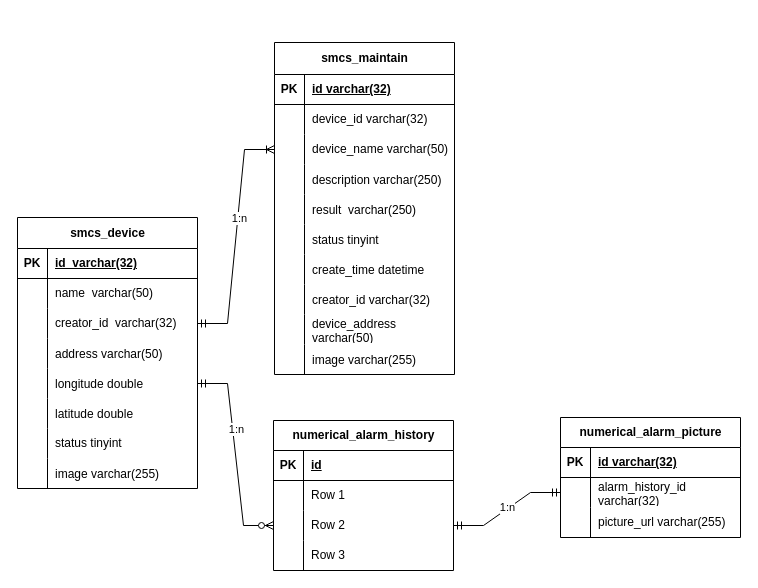
viking-wj/software keeps this draw.io diagram as page "数据库e-r图" (3 of 3) of 模块.drawio. Above is the earlier version. Source tidied: cells renumbered, new cells numbered last; positions are measured from the earlier drawing's top-left corner, leaving out a move shared by most shapes. Both pictures are drawn from the tidied source at 100%, with x=0, y=0 at pixel (17, 42).
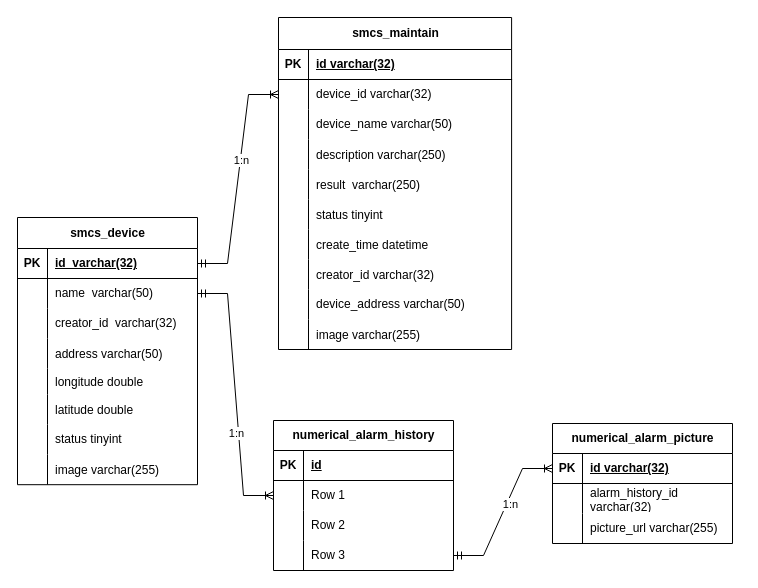
The same diagram, later.

The change refers to these unchanged cells:
```xml
<mxCell id="3" style="shape=tableRow;horizontal=0;startSize=0;swimlaneHead=0;swimlaneBody=0;fillColor=none;points=[[0,0.5],[1,0.5]];portConstraint=eastwest;top=0;left=0;right=0;bottom=1;" parent="2" vertex="1">
  <mxGeometry y="31" width="180" height="30" as="geometry" />
</mxCell>
<mxCell id="6" style="shape=tableRow;horizontal=0;startSize=0;swimlaneHead=0;swimlaneBody=0;fillColor=none;points=[[0,0.5],[1,0.5]];portConstraint=eastwest;top=0;left=0;right=0;bottom=0;" parent="2" vertex="1">
  <mxGeometry y="61" width="180" height="30" as="geometry" />
</mxCell>
<mxCell id="9" style="shape=tableRow;horizontal=0;startSize=0;swimlaneHead=0;swimlaneBody=0;fillColor=none;points=[[0,0.5],[1,0.5]];portConstraint=eastwest;top=0;left=0;right=0;bottom=0;" parent="2" vertex="1">
  <mxGeometry y="91" width="180" height="30" as="geometry" />
</mxCell>
<mxCell id="61" style="shape=tableRow;horizontal=0;startSize=0;swimlaneHead=0;swimlaneBody=0;fillColor=none;points=[[0,0.5],[1,0.5]];portConstraint=eastwest;top=0;left=0;right=0;bottom=1;" parent="60" vertex="1">
  <mxGeometry y="30" width="180" height="30" as="geometry" />
</mxCell>
<mxCell id="64" style="shape=tableRow;horizontal=0;startSize=0;swimlaneHead=0;swimlaneBody=0;fillColor=none;points=[[0,0.5],[1,0.5]];portConstraint=eastwest;top=0;left=0;right=0;bottom=0;" parent="60" vertex="1">
  <mxGeometry y="60" width="180" height="30" as="geometry" />
</mxCell>
<mxCell id="74" style="shape=tableRow;horizontal=0;startSize=0;swimlaneHead=0;swimlaneBody=0;fillColor=none;points=[[0,0.5],[1,0.5]];portConstraint=eastwest;top=0;left=0;right=0;bottom=0;" parent="70" vertex="1">
  <mxGeometry y="60" width="180" height="30" as="geometry" />
</mxCell>
<mxCell id="77" style="shape=tableRow;horizontal=0;startSize=0;swimlaneHead=0;swimlaneBody=0;fillColor=none;points=[[0,0.5],[1,0.5]];portConstraint=eastwest;top=0;left=0;right=0;bottom=0;" parent="70" vertex="1">
  <mxGeometry y="90" width="180" height="30" as="geometry" />
</mxCell>
<mxCell id="80" style="shape=tableRow;horizontal=0;startSize=0;swimlaneHead=0;swimlaneBody=0;fillColor=none;points=[[0,0.5],[1,0.5]];portConstraint=eastwest;top=0;left=0;right=0;bottom=0;" parent="70" vertex="1">
  <mxGeometry y="120" width="180" height="30" as="geometry" />
</mxCell>
```

What changed in the source:
```diff
@@
     <mxCell id="2" value="smcs_device" style="shape=table;startSize=31;childLayout=tableLayout;rowLines=0;fontStyle=1;align=center;html=1;" parent="1" vertex="1">
-      <mxGeometry y="175" width="180" height="271" as="geometry" />
+      <mxGeometry y="175" width="180" height="267.2" as="geometry" />
     </mxCell>
@@
     <mxCell id="15" style="shape=tableRow;horizontal=0;startSize=0;swimlaneHead=0;swimlaneBody=0;fillColor=none;points=[[0,0.5],[1,0.5]];portConstraint=eastwest;top=0;left=0;right=0;bottom=0;" parent="2" vertex="1">
-      <mxGeometry y="151" width="180" height="30" as="geometry" />
+      <mxGeometry y="151" width="180" height="26" as="geometry" />
     </mxCell>
     <mxCell id="16" style="shape=partialRectangle;fillColor=none;top=0;left=0;bottom=0;right=0;overflow=hidden;" parent="15" vertex="1">
-      <mxGeometry width="30" height="30" as="geometry" />
+      <mxGeometry width="30" height="26" as="geometry" />
     </mxCell>
     <mxCell id="17" value="longitude double" style="shape=partialRectangle;fillColor=none;top=0;left=0;bottom=0;right=0;align=left;spacingLeft=6;overflow=hidden;" parent="15" vertex="1">
-      <mxGeometry x="30" width="150" height="30" as="geometry" />
+      <mxGeometry x="30" width="150" height="26" as="geometry" />
     </mxCell>
     <mxCell id="18" style="shape=tableRow;horizontal=0;startSize=0;swimlaneHead=0;swimlaneBody=0;fillColor=none;top=0;left=0;right=0;bottom=0;" parent="2" vertex="1">
-      <mxGeometry y="181" width="180" height="30" as="geometry" />
+      <mxGeometry y="177" width="180" height="30" as="geometry" />
     </mxCell>
@@
     <mxCell id="21" style="shape=tableRow;horizontal=0;startSize=0;swimlaneHead=0;swimlaneBody=0;fillColor=none;top=0;left=0;right=0;bottom=0;" parent="2" vertex="1">
-      <mxGeometry y="211" width="180" height="30" as="geometry" />
+      <mxGeometry y="207" width="180" height="30" as="geometry" />
     </mxCell>
@@
     <mxCell id="24" style="shape=tableRow;horizontal=0;startSize=0;swimlaneHead=0;swimlaneBody=0;fillColor=none;top=0;left=0;right=0;bottom=0;" parent="2" vertex="1">
-      <mxGeometry y="241" width="180" height="30" as="geometry" />
+      <mxGeometry y="237" width="180" height="30" as="geometry" />
     </mxCell>
@@
     <mxCell id="27" value="smcs_maintain" style="shape=table;startSize=32;childLayout=tableLayout;rowLines=0;fontStyle=1;align=center;html=1;" parent="1" vertex="1">
-      <mxGeometry x="257" width="180" height="332" as="geometry" />
+      <mxGeometry x="261" y="-25" width="233.1" height="332" as="geometry" />
     </mxCell>
     <mxCell id="28" style="shape=tableRow;horizontal=0;startSize=0;swimlaneHead=0;swimlaneBody=0;fillColor=none;top=0;left=0;right=0;bottom=1;" parent="27" vertex="1">
-      <mxGeometry y="32" width="180" height="30" as="geometry" />
+      <mxGeometry y="32" width="233.1" height="30" as="geometry" />
     </mxCell>
@@
     <mxCell id="30" value="id varchar(32)" style="shape=partialRectangle;fillColor=none;top=0;left=0;bottom=0;right=0;align=left;spacingLeft=6;fontStyle=5;overflow=hidden;whiteSpace=wrap;html=1;" parent="28" vertex="1">
-      <mxGeometry x="30" width="150" height="30" as="geometry" />
+      <mxGeometry x="30" width="203.1" height="30" as="geometry" />
     </mxCell>
     <mxCell id="31" style="shape=tableRow;horizontal=0;startSize=0;swimlaneHead=0;swimlaneBody=0;fillColor=none;points=[[0,0.5],[1,0.5]];portConstraint=eastwest;top=0;left=0;right=0;bottom=0;" parent="27" vertex="1">
-      <mxGeometry y="62" width="180" height="30" as="geometry" />
+      <mxGeometry y="62" width="233.1" height="30" as="geometry" />
     </mxCell>
@@
     <mxCell id="33" value="device_id varchar(32)" style="shape=partialRectangle;fillColor=none;top=0;left=0;bottom=0;right=0;align=left;spacingLeft=6;overflow=hidden;whiteSpace=wrap;html=1;" parent="31" vertex="1">
-      <mxGeometry x="30" width="150" height="30" as="geometry" />
+      <mxGeometry x="30" width="203.1" height="30" as="geometry" />
     </mxCell>
     <mxCell id="34" style="shape=tableRow;horizontal=0;startSize=0;swimlaneHead=0;swimlaneBody=0;fillColor=none;points=[[0,0.5],[1,0.5]];portConstraint=eastwest;top=0;left=0;right=0;bottom=0;" parent="27" vertex="1">
-      <mxGeometry y="92" width="180" height="30" as="geometry" />
+      <mxGeometry y="92" width="233.1" height="30" as="geometry" />
     </mxCell>
@@
     <mxCell id="36" value="device_name varchar(50)" style="shape=partialRectangle;fillColor=none;top=0;left=0;bottom=0;right=0;align=left;spacingLeft=6;overflow=hidden;whiteSpace=wrap;html=1;" parent="34" vertex="1">
-      <mxGeometry x="30" width="150" height="30" as="geometry" />
+      <mxGeometry x="30" width="203.1" height="30" as="geometry" />
     </mxCell>
     <mxCell id="37" style="shape=tableRow;horizontal=0;startSize=0;swimlaneHead=0;swimlaneBody=0;fillColor=none;top=0;left=0;right=0;bottom=0;" parent="27" vertex="1">
-      <mxGeometry y="122" width="180" height="30" as="geometry" />
+      <mxGeometry y="122" width="233.1" height="30" as="geometry" />
     </mxCell>
@@
     <mxCell id="39" value="description varchar(250)" style="shape=partialRectangle;fillColor=none;top=0;left=0;bottom=0;right=0;align=left;spacingLeft=6;overflow=hidden;" parent="37" vertex="1">
-      <mxGeometry x="30" width="150" height="30" as="geometry" />
+      <mxGeometry x="30" width="203.1" height="30" as="geometry" />
     </mxCell>
     <mxCell id="40" style="shape=tableRow;horizontal=0;startSize=0;swimlaneHead=0;swimlaneBody=0;fillColor=none;top=0;left=0;right=0;bottom=0;" parent="27" vertex="1">
-      <mxGeometry y="152" width="180" height="30" as="geometry" />
+      <mxGeometry y="152" width="233.1" height="30" as="geometry" />
     </mxCell>
@@
     <mxCell id="42" value="result  varchar(250)" style="shape=partialRectangle;fillColor=none;top=0;left=0;bottom=0;right=0;align=left;spacingLeft=6;overflow=hidden;" parent="40" vertex="1">
-      <mxGeometry x="30" width="150" height="30" as="geometry" />
+      <mxGeometry x="30" width="203.1" height="30" as="geometry" />
     </mxCell>
     <mxCell id="43" style="shape=tableRow;horizontal=0;startSize=0;swimlaneHead=0;swimlaneBody=0;fillColor=none;top=0;left=0;right=0;bottom=0;" parent="27" vertex="1">
-      <mxGeometry y="182" width="180" height="30" as="geometry" />
+      <mxGeometry y="182" width="233.1" height="30" as="geometry" />
     </mxCell>
@@
     <mxCell id="45" value="status tinyint " style="shape=partialRectangle;fillColor=none;top=0;left=0;bottom=0;right=0;align=left;spacingLeft=6;overflow=hidden;" parent="43" vertex="1">
-      <mxGeometry x="30" width="150" height="30" as="geometry" />
+      <mxGeometry x="30" width="203.1" height="30" as="geometry" />
     </mxCell>
     <mxCell id="46" style="shape=tableRow;horizontal=0;startSize=0;swimlaneHead=0;swimlaneBody=0;fillColor=none;top=0;left=0;right=0;bottom=0;" parent="27" vertex="1">
-      <mxGeometry y="212" width="180" height="30" as="geometry" />
+      <mxGeometry y="212" width="233.1" height="30" as="geometry" />
     </mxCell>
@@
     <mxCell id="48" value="create_time datetime" style="shape=partialRectangle;fillColor=none;top=0;left=0;bottom=0;right=0;align=left;spacingLeft=6;overflow=hidden;" parent="46" vertex="1">
-      <mxGeometry x="30" width="150" height="30" as="geometry" />
+      <mxGeometry x="30" width="203.1" height="30" as="geometry" />
     </mxCell>
     <mxCell id="49" style="shape=tableRow;horizontal=0;startSize=0;swimlaneHead=0;swimlaneBody=0;fillColor=none;top=0;left=0;right=0;bottom=0;" parent="27" vertex="1">
-      <mxGeometry y="242" width="180" height="30" as="geometry" />
+      <mxGeometry y="242" width="233.1" height="30" as="geometry" />
     </mxCell>
@@
     <mxCell id="51" value="creator_id varchar(32)" style="shape=partialRectangle;fillColor=none;top=0;left=0;bottom=0;right=0;align=left;spacingLeft=6;overflow=hidden;" parent="49" vertex="1">
-      <mxGeometry x="30" width="150" height="30" as="geometry" />
+      <mxGeometry x="30" width="203.1" height="30" as="geometry" />
     </mxCell>
     <mxCell id="52" style="shape=tableRow;horizontal=0;startSize=0;swimlaneHead=0;swimlaneBody=0;fillColor=none;top=0;left=0;right=0;bottom=0;" parent="27" vertex="1">
-      <mxGeometry y="272" width="180" height="30" as="geometry" />
+      <mxGeometry y="272" width="233.1" height="30" as="geometry" />
     </mxCell>
@@
     <mxCell id="54" value="device_address varchar(50)" style="shape=partialRectangle;fillColor=none;top=0;left=0;bottom=0;right=0;align=left;spacingLeft=6;overflow=hidden;whiteSpace=wrap;html=1;" parent="52" vertex="1">
-      <mxGeometry x="30" width="150" height="30" as="geometry" />
+      <mxGeometry x="30" width="203.1" height="30" as="geometry" />
     </mxCell>
     <mxCell id="55" style="shape=tableRow;horizontal=0;startSize=0;swimlaneHead=0;swimlaneBody=0;fillColor=none;top=0;left=0;right=0;bottom=0;" parent="27" vertex="1">
-      <mxGeometry y="302" width="180" height="30" as="geometry" />
+      <mxGeometry y="302" width="233.1" height="30" as="geometry" />
     </mxCell>
@@
     <mxCell id="57" value="image varchar(255)" style="shape=partialRectangle;fillColor=none;top=0;left=0;bottom=0;right=0;align=left;spacingLeft=6;overflow=hidden;" parent="55" vertex="1">
-      <mxGeometry x="30" width="150" height="30" as="geometry" />
+      <mxGeometry x="30" width="203.1" height="30" as="geometry" />
     </mxCell>
-    <mxCell id="58" style="edgeStyle=entityRelationEdgeStyle;fontSize=12;html=1;endArrow=ERoneToMany;startArrow=ERmandOne;rounded=0;exitX=1;exitY=0.5;exitDx=0;exitDy=0;" parent="1" edge="1" source="9" target="34">
+    <mxCell id="58" style="edgeStyle=entityRelationEdgeStyle;fontSize=12;html=1;endArrow=ERoneToMany;startArrow=ERmandOne;rounded=0;exitX=1;exitY=0.5;exitDx=0;exitDy=0;" parent="1" edge="1" source="3" target="31">
       <mxGeometry relative="1" as="geometry">
         <Array as="points">
           <mxPoint x="210" y="173" />
         </Array>
       </mxGeometry>
     </mxCell>
@@
     <mxCell id="60" value="numerical_alarm_picture" style="shape=table;startSize=30;childLayout=tableLayout;rowLines=0;fontStyle=1;align=center;html=1;" parent="1" vertex="1">
-      <mxGeometry x="543" y="375" width="180" height="120" as="geometry" />
+      <mxGeometry x="535" y="381" width="180" height="120" as="geometry" />
     </mxCell>
@@
-    <mxCell id="83" style="edgeStyle=entityRelationEdgeStyle;fontSize=12;html=1;endArrow=ERzeroToMany;startArrow=ERmandOne;rounded=0;exitX=1;exitY=0.5;exitDx=0;exitDy=0;entryX=0;entryY=0.5;entryDx=0;entryDy=0;" parent="1" edge="1" source="15" target="77">
-      <mxGeometry relative="1" as="geometry">
-        <Array as="points">
-          <mxPoint x="269" y="481" />
-        </Array>
-      </mxGeometry>
-    </mxCell>
-    <mxCell id="84" value="1:n" style="edgeLabel;html=1;align=center;verticalAlign=middle;" parent="83" vertex="1">
-      <mxGeometry x="-0.25" y="3" relative="1" as="geometry" />
-    </mxCell>
-    <mxCell id="85" style="edgeStyle=entityRelationEdgeStyle;fontSize=12;html=1;endArrow=ERmandOne;startArrow=ERmandOne;rounded=0;entryX=0;entryY=0.5;entryDx=0;entryDy=0;exitX=1;exitY=0.5;exitDx=0;exitDy=0;" parent="1" edge="1" source="77" target="64">
-      <mxGeometry relative="1" as="geometry">
-        <Array as="points">
-          <mxPoint x="534" y="516" />
-        </Array>
-      </mxGeometry>
-    </mxCell>
-    <mxCell id="86" value="1:n" style="edgeLabel;html=1;align=center;verticalAlign=middle;" parent="85" vertex="1">
-      <mxGeometry x="0.02" relative="1" as="geometry">
-        <mxPoint x="-1" y="-1" as="offset" />
-      </mxGeometry>
-    </mxCell>
+    <mxCell id="87" style="edgeStyle=entityRelationEdgeStyle;fontSize=12;html=1;endArrow=ERoneToMany;startArrow=ERmandOne;rounded=0;entryX=0;entryY=0.5;entryDx=0;entryDy=0;exitX=1;exitY=0.5;exitDx=0;exitDy=0;" parent="1" edge="1" source="80" target="61">
+      <mxGeometry relative="1" as="geometry">
+        <Array as="points">
+          <mxPoint x="220" y="183" />
+        </Array>
+      </mxGeometry>
+    </mxCell>
+    <mxCell id="88" value="1:n" style="edgeLabel;html=1;align=center;verticalAlign=middle;" parent="87" vertex="1">
+      <mxGeometry x="0.23" y="-1" relative="1" as="geometry">
+        <mxPoint x="-1" y="8" as="offset" />
+      </mxGeometry>
+    </mxCell>
+    <mxCell id="89" style="edgeStyle=entityRelationEdgeStyle;fontSize=12;html=1;endArrow=ERoneToMany;startArrow=ERmandOne;rounded=0;exitX=1;exitY=0.5;exitDx=0;exitDy=0;entryX=0;entryY=0.5;entryDx=0;entryDy=0;" parent="1" edge="1" source="6" target="74">
+      <mxGeometry relative="1" as="geometry">
+        <Array as="points">
+          <mxPoint x="220" y="183" />
+        </Array>
+      </mxGeometry>
+    </mxCell>
+    <mxCell id="90" value="1:n" style="edgeLabel;html=1;align=center;verticalAlign=middle;" parent="89" vertex="1">
+      <mxGeometry x="0.23" y="-1" relative="1" as="geometry">
+        <mxPoint x="-1" y="8" as="offset" />
+      </mxGeometry>
+    </mxCell>
```
